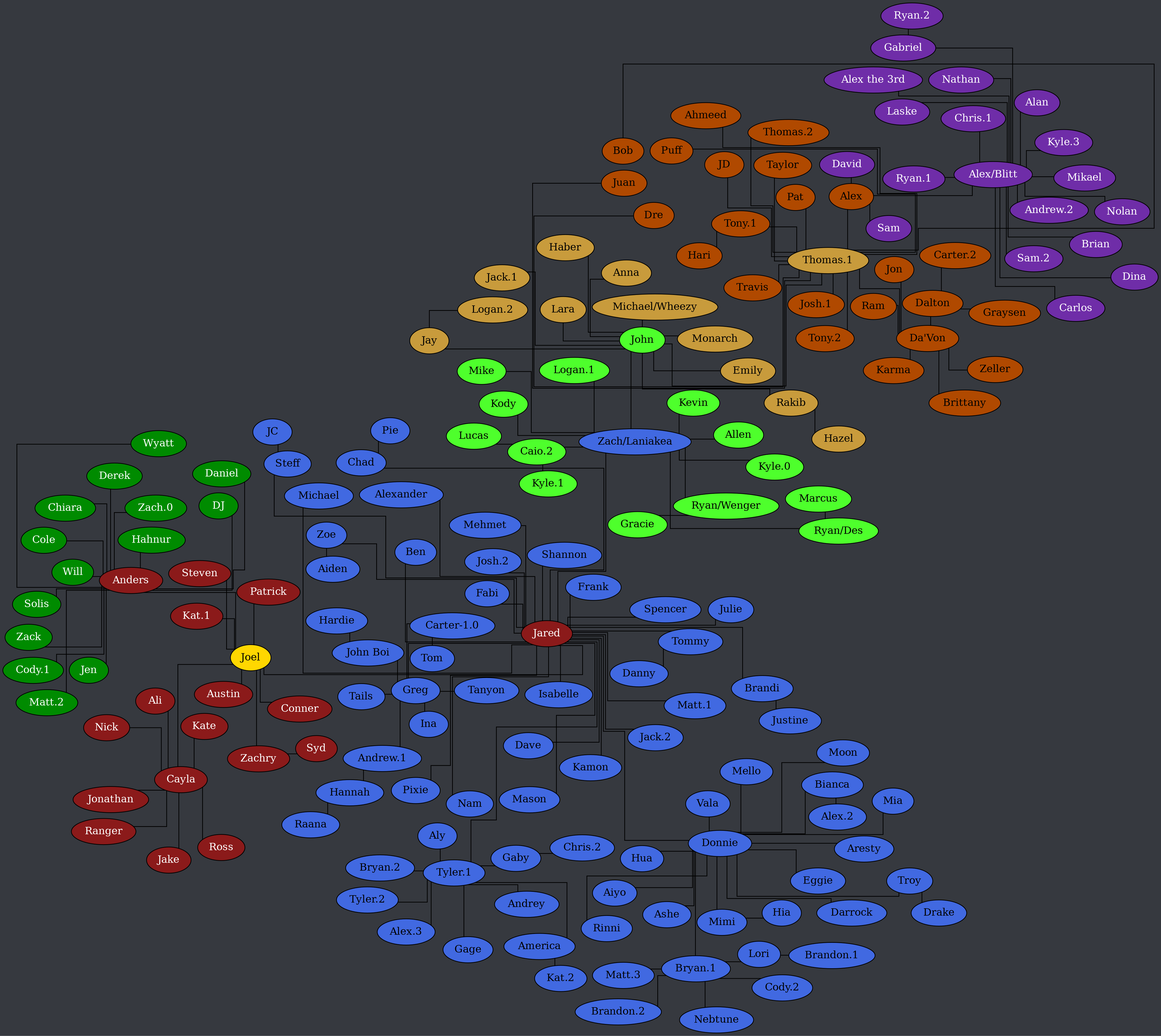
This is tree.png from Documidas/CoronaCatzFamilyTree, a Graphviz export, as it was before one commit. Its source is kept beside it as tree.dot.
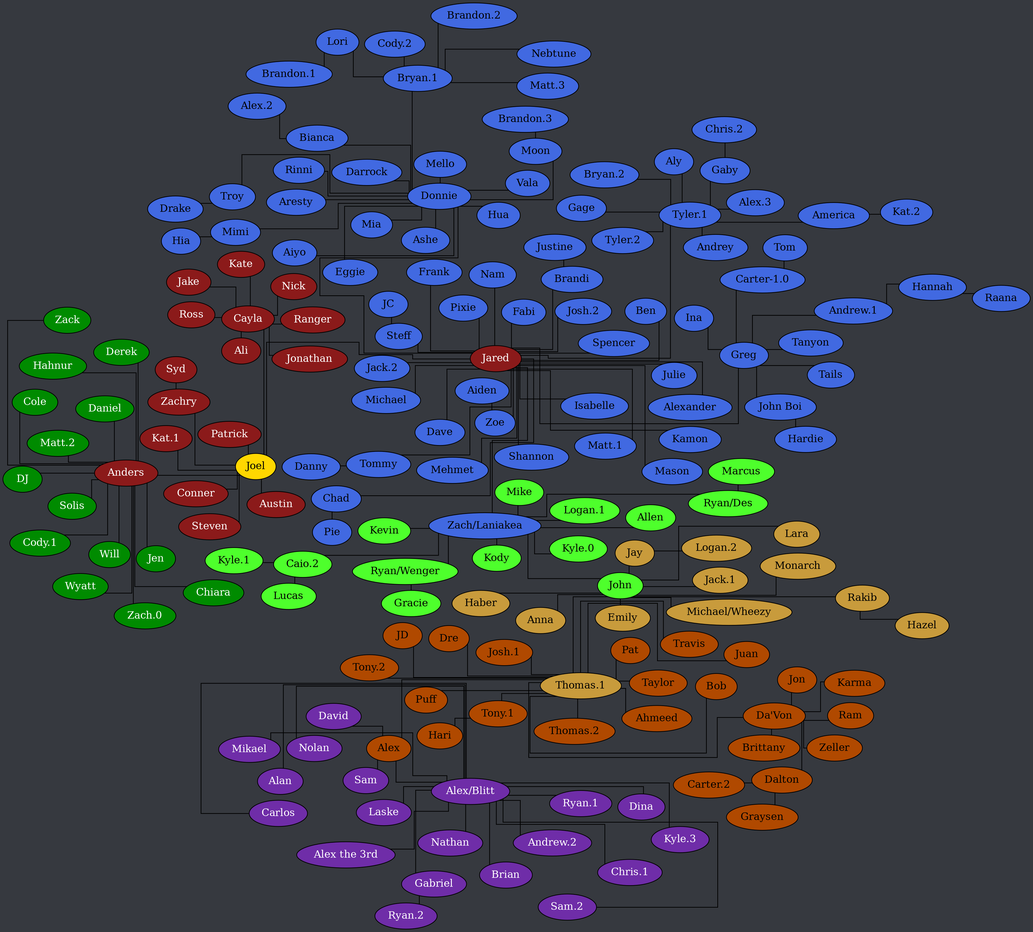
The same file after the commit.

Diff of the diagram source:
```diff
@@ -120,6 +120,7 @@
 		Jared -- Zoe;
 		"John Boi" -- Hardie;
 		Mimi -- Hia;
+		Moon -- "Brandon.3";
 		Steff -- JC;
 		Tommy -- Danny;
 		Troy -- Drake;
```
